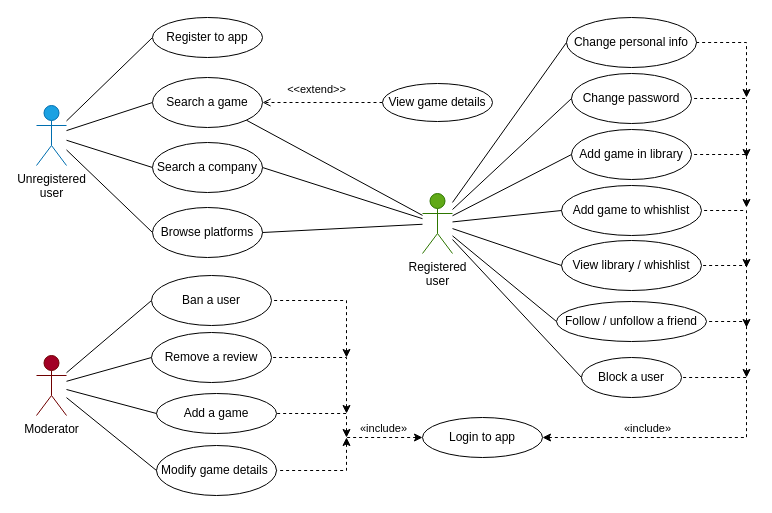
The draw.io diagram UML diagrams/UML use case diagram (alternative).drawio in lorenzoceccanti/pixelindex, before the edit. Source tidied: cells renumbered, new cells numbered last; positions are measured from the earlier drawing's top-left corner, leaving out a move shared by most shapes. Both pictures are drawn from the tidied source at 100%, with x=0, y=0 at pixel (36, 17).
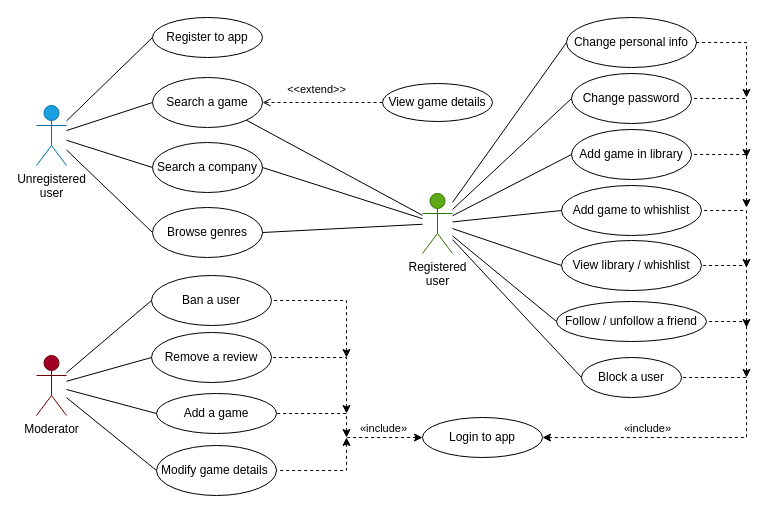
After the change.

Change to the diagram source:
```diff
@@
-    <mxCell id="11" value="Browse platforms" style="ellipse;whiteSpace=wrap;html=1;" parent="1" vertex="1">
+    <mxCell id="11" value="Browse genres" style="ellipse;whiteSpace=wrap;html=1;" parent="1" vertex="1">
       <mxGeometry x="116" y="190" width="110" height="50" as="geometry" />
     </mxCell>
```
